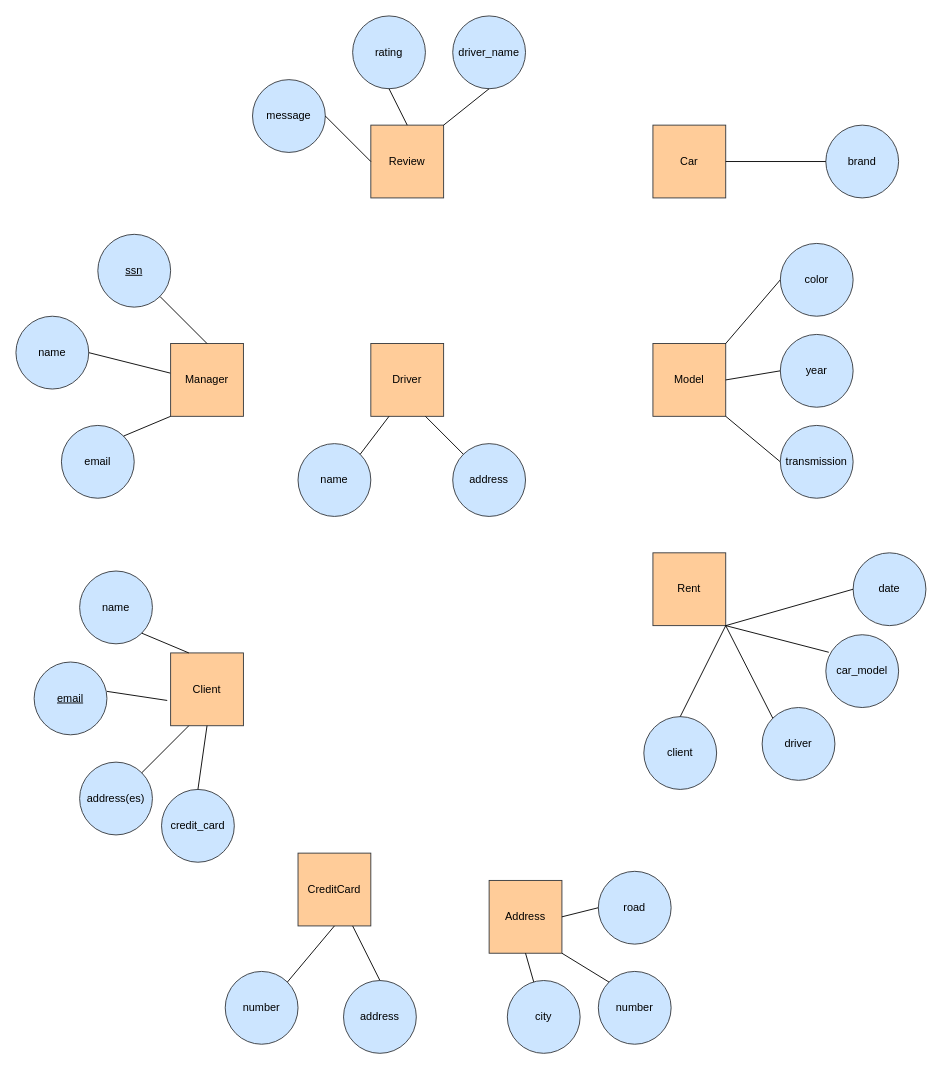
Before: 480-ER-Diagram.drawio in p-rinceS/CS-480-Project, a draw.io diagram. Source tidied: cells renumbered, new cells numbered last; positions are measured from the earlier drawing's top-left corner, leaving out a move shared by most shapes. Both pictures are drawn from the tidied source at 91%, with x=0, y=0 at pixel (15, 15).
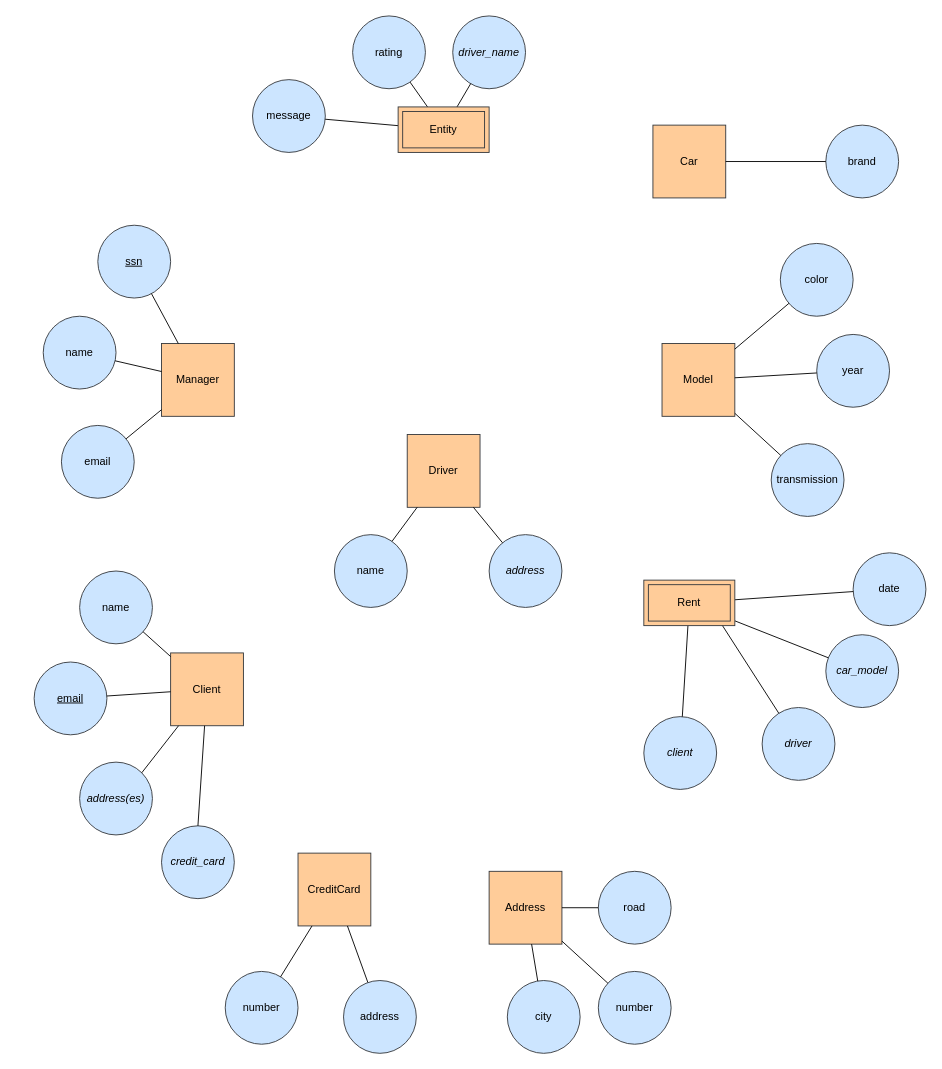
The same diagram, later.

Unchanged cells that the change refers to:
```xml
<mxCell id="3" value="Client" style="whiteSpace=wrap;html=1;fillColor=#ffcc99;strokeColor=#36393d;" parent="1" vertex="1">
  <mxGeometry x="170" y="700" width="80" height="80" as="geometry" />
</mxCell>
<mxCell id="9" value="email" style="ellipse;whiteSpace=wrap;html=1;fillColor=#cce5ff;strokeColor=#36393d;" parent="1" vertex="1">
  <mxGeometry x="50" y="450" width="80" height="80" as="geometry" />
</mxCell>
<mxCell id="11" value="name" style="ellipse;whiteSpace=wrap;html=1;fillColor=#cce5ff;strokeColor=#36393d;" parent="1" vertex="1">
  <mxGeometry x="70" y="610" width="80" height="80" as="geometry" />
</mxCell>
<mxCell id="12" value="&lt;u&gt;email&lt;/u&gt;" style="ellipse;whiteSpace=wrap;html=1;fillColor=#cce5ff;strokeColor=#36393d;" parent="1" vertex="1">
  <mxGeometry x="20" y="710" width="80" height="80" as="geometry" />
</mxCell>
<mxCell id="21" value="Car" style="whiteSpace=wrap;html=1;fillColor=#ffcc99;strokeColor=#36393d;" parent="1" vertex="1">
  <mxGeometry x="700" y="120" width="80" height="80" as="geometry" />
</mxCell>
<mxCell id="27" value="date" style="ellipse;whiteSpace=wrap;html=1;fillColor=#cce5ff;strokeColor=#36393d;" parent="1" vertex="1">
  <mxGeometry x="920" y="590" width="80" height="80" as="geometry" />
</mxCell>
<mxCell id="36" value="brand" style="ellipse;whiteSpace=wrap;html=1;fillColor=#cce5ff;strokeColor=#36393d;" parent="1" vertex="1">
  <mxGeometry x="890" y="120" width="80" height="80" as="geometry" />
</mxCell>
<mxCell id="40" value="color" style="ellipse;whiteSpace=wrap;html=1;fillColor=#cce5ff;strokeColor=#36393d;" parent="1" vertex="1">
  <mxGeometry x="840" y="250" width="80" height="80" as="geometry" />
</mxCell>
<mxCell id="45" value="rating" style="ellipse;whiteSpace=wrap;html=1;fillColor=#cce5ff;strokeColor=#36393d;" parent="1" vertex="1">
  <mxGeometry x="370" width="80" height="80" as="geometry" />
</mxCell>
<mxCell id="46" value="message" style="ellipse;whiteSpace=wrap;html=1;fillColor=#cce5ff;strokeColor=#36393d;" parent="1" vertex="1">
  <mxGeometry x="260" y="70" width="80" height="80" as="geometry" />
</mxCell>
<mxCell id="50" value="CreditCard" style="whiteSpace=wrap;html=1;fillColor=#ffcc99;strokeColor=#36393d;" parent="1" vertex="1">
  <mxGeometry x="310" y="920" width="80" height="80" as="geometry" />
</mxCell>
<mxCell id="51" value="number" style="ellipse;whiteSpace=wrap;html=1;fillColor=#cce5ff;strokeColor=#36393d;" parent="1" vertex="1">
  <mxGeometry x="230" y="1050" width="80" height="80" as="geometry" />
</mxCell>
<mxCell id="52" value="number" style="ellipse;whiteSpace=wrap;html=1;fillColor=#cce5ff;strokeColor=#36393d;" parent="1" vertex="1">
  <mxGeometry x="640" y="1050" width="80" height="80" as="geometry" />
</mxCell>
<mxCell id="53" value="road" style="ellipse;whiteSpace=wrap;html=1;fillColor=#cce5ff;strokeColor=#36393d;" parent="1" vertex="1">
  <mxGeometry x="640" y="940" width="80" height="80" as="geometry" />
</mxCell>
<mxCell id="54" value="city" style="ellipse;whiteSpace=wrap;html=1;fillColor=#cce5ff;strokeColor=#36393d;" parent="1" vertex="1">
  <mxGeometry x="540" y="1060" width="80" height="80" as="geometry" />
</mxCell>
<mxCell id="60" value="address" style="ellipse;whiteSpace=wrap;html=1;fillColor=#cce5ff;strokeColor=#36393d;" parent="1" vertex="1">
  <mxGeometry x="360" y="1060" width="80" height="80" as="geometry" />
</mxCell>
```

Diff of the diagram source:
```diff
@@
     <mxCell id="2" value="Manager" style="whiteSpace=wrap;html=1;fillColor=#ffcc99;strokeColor=#36393d;" parent="1" vertex="1">
-      <mxGeometry x="170" y="360" width="80" height="80" as="geometry" />
+      <mxGeometry x="160" y="360" width="80" height="80" as="geometry" />
     </mxCell>
@@
     <mxCell id="4" value="Driver" style="whiteSpace=wrap;html=1;fillColor=#ffcc99;strokeColor=#36393d;" parent="1" vertex="1">
-      <mxGeometry x="390" y="360" width="80" height="80" as="geometry" />
+      <mxGeometry x="430" y="460" width="80" height="80" as="geometry" />
     </mxCell>
     <mxCell id="5" value="name" style="ellipse;whiteSpace=wrap;html=1;fillColor=#cce5ff;strokeColor=#36393d;" parent="1" vertex="1">
-      <mxGeometry y="330" width="80" height="80" as="geometry" />
+      <mxGeometry x="30" y="330" width="80" height="80" as="geometry" />
     </mxCell>
-    <mxCell id="6" style="endArrow=none;html=1;rounded=0;entryX=1;entryY=0.5;entryDx=0;entryDy=0;exitX=-0.006;exitY=0.406;exitDx=0;exitDy=0;exitPerimeter=0;" parent="1" edge="1" source="2" target="5">
+    <mxCell id="6" style="endArrow=none;html=1;rounded=0;" parent="1" edge="1" source="2" target="5">
       <mxGeometry relative="1" as="geometry" />
     </mxCell>
     <mxCell id="7" value="&lt;u&gt;ssn&lt;/u&gt;" style="ellipse;whiteSpace=wrap;html=1;fillColor=#cce5ff;strokeColor=#36393d;" parent="1" vertex="1">
-      <mxGeometry x="90" y="240" width="80" height="80" as="geometry" />
+      <mxGeometry x="90" y="230" width="80" height="80" as="geometry" />
     </mxCell>
-    <mxCell id="8" style="endArrow=none;html=1;rounded=0;entryX=1;entryY=1;entryDx=0;entryDy=0;exitX=0.5;exitY=0;exitDx=0;exitDy=0;" parent="1" edge="1" source="2" target="7">
+    <mxCell id="8" style="endArrow=none;html=1;rounded=0;" parent="1" edge="1" source="2" target="7">
       <mxGeometry relative="1" as="geometry" />
     </mxCell>
@@
-    <mxCell id="10" style="endArrow=none;html=1;rounded=0;exitX=1;exitY=0;exitDx=0;exitDy=0;entryX=0;entryY=1;entryDx=0;entryDy=0;" parent="1" edge="1" source="9" target="2">
+    <mxCell id="10" style="endArrow=none;html=1;rounded=0;" parent="1" edge="1" source="9" target="2">
       <mxGeometry relative="1" as="geometry" />
     </mxCell>
@@
-    <mxCell id="13" style="endArrow=none;html=1;rounded=0;entryX=1;entryY=1;entryDx=0;entryDy=0;exitX=0.25;exitY=0;exitDx=0;exitDy=0;" parent="1" edge="1" source="3" target="11">
+    <mxCell id="13" style="endArrow=none;html=1;rounded=0;" parent="1" edge="1" source="3" target="11">
       <mxGeometry relative="1" as="geometry" />
     </mxCell>
-    <mxCell id="14" style="endArrow=none;html=1;rounded=0;entryX=1;entryY=0.403;entryDx=0;entryDy=0;exitX=-0.047;exitY=0.653;exitDx=0;exitDy=0;entryPerimeter=0;exitPerimeter=0;" parent="1" edge="1" source="3" target="12">
+    <mxCell id="14" style="endArrow=none;html=1;rounded=0;" parent="1" edge="1" source="3" target="12">
       <mxGeometry relative="1" as="geometry" />
     </mxCell>
-    <mxCell id="15" value="address(es)" style="ellipse;whiteSpace=wrap;html=1;fillColor=#cce5ff;strokeColor=#36393d;" parent="1" vertex="1">
+    <mxCell id="15" value="&lt;i&gt;address(es)&lt;/i&gt;" style="ellipse;whiteSpace=wrap;html=1;fillColor=#cce5ff;strokeColor=#36393d;" parent="1" vertex="1">
       <mxGeometry x="70" y="820" width="80" height="80" as="geometry" />
     </mxCell>
-    <mxCell id="16" style="endArrow=none;html=1;rounded=0;exitX=1;exitY=0;exitDx=0;exitDy=0;entryX=0.25;entryY=1;entryDx=0;entryDy=0;" parent="1" edge="1" source="15" target="3">
+    <mxCell id="16" style="endArrow=none;html=1;rounded=0;exitX=1;exitY=0;exitDx=0;exitDy=0;" parent="1" edge="1" source="15" target="3">
       <mxGeometry relative="1" as="geometry" />
     </mxCell>
-    <mxCell id="17" value="credit_card" style="ellipse;whiteSpace=wrap;html=1;fillColor=#cce5ff;strokeColor=#36393d;" parent="1" vertex="1">
-      <mxGeometry x="160" y="850" width="80" height="80" as="geometry" />
+    <mxCell id="17" value="&lt;i&gt;credit_card&lt;/i&gt;" style="ellipse;whiteSpace=wrap;html=1;fillColor=#cce5ff;strokeColor=#36393d;" parent="1" vertex="1">
+      <mxGeometry x="160" y="890" width="80" height="80" as="geometry" />
     </mxCell>
-    <mxCell id="18" style="endArrow=none;html=1;rounded=0;entryX=0.5;entryY=0;entryDx=0;entryDy=0;exitX=0.5;exitY=1;exitDx=0;exitDy=0;" parent="1" edge="1" source="3" target="17">
+    <mxCell id="18" style="endArrow=none;html=1;rounded=0;entryX=0.5;entryY=0;entryDx=0;entryDy=0;" parent="1" edge="1" source="3" target="17">
       <mxGeometry relative="1" as="geometry" />
     </mxCell>
-    <mxCell id="19" value="Rent" style="whiteSpace=wrap;html=1;fillColor=#ffcc99;strokeColor=#36393d;" parent="1" vertex="1">
-      <mxGeometry x="700" y="590" width="80" height="80" as="geometry" />
-    </mxCell>
     <mxCell id="20" value="Model" style="whiteSpace=wrap;html=1;fillColor=#ffcc99;strokeColor=#36393d;" parent="1" vertex="1">
-      <mxGeometry x="700" y="360" width="80" height="80" as="geometry" />
+      <mxGeometry x="710" y="360" width="80" height="80" as="geometry" />
     </mxCell>
@@
-    <mxCell id="22" value="Review" style="whiteSpace=wrap;html=1;fillColor=#ffcc99;strokeColor=#36393d;" parent="1" vertex="1">
-      <mxGeometry x="390" y="120" width="80" height="80" as="geometry" />
-    </mxCell>
     <mxCell id="23" value="Address" style="whiteSpace=wrap;html=1;fillColor=#ffcc99;strokeColor=#36393d;" parent="1" vertex="1">
-      <mxGeometry x="520" y="950" width="80" height="80" as="geometry" />
+      <mxGeometry x="520" y="940" width="80" height="80" as="geometry" />
     </mxCell>
-    <mxCell id="24" value="client" style="ellipse;whiteSpace=wrap;html=1;fillColor=#cce5ff;strokeColor=#36393d;" parent="1" vertex="1">
+    <mxCell id="24" value="&lt;i&gt;client&lt;/i&gt;" style="ellipse;whiteSpace=wrap;html=1;fillColor=#cce5ff;strokeColor=#36393d;" parent="1" vertex="1">
       <mxGeometry x="690" y="770" width="80" height="80" as="geometry" />
     </mxCell>
-    <mxCell id="25" value="driver" style="ellipse;whiteSpace=wrap;html=1;fillColor=#cce5ff;strokeColor=#36393d;" parent="1" vertex="1">
+    <mxCell id="25" value="&lt;i&gt;driver&lt;/i&gt;" style="ellipse;whiteSpace=wrap;html=1;fillColor=#cce5ff;strokeColor=#36393d;" parent="1" vertex="1">
       <mxGeometry x="820" y="760" width="80" height="80" as="geometry" />
     </mxCell>
-    <mxCell id="26" value="car_model" style="ellipse;whiteSpace=wrap;html=1;fillColor=#cce5ff;strokeColor=#36393d;" parent="1" vertex="1">
+    <mxCell id="26" value="&lt;i&gt;car_model&lt;/i&gt;" style="ellipse;whiteSpace=wrap;html=1;fillColor=#cce5ff;strokeColor=#36393d;" parent="1" vertex="1">
       <mxGeometry x="890" y="680" width="80" height="80" as="geometry" />
     </mxCell>
@@
-    <mxCell id="28" style="endArrow=none;html=1;rounded=0;entryX=1;entryY=1;entryDx=0;entryDy=0;exitX=0.5;exitY=0;exitDx=0;exitDy=0;" parent="1" edge="1" source="24" target="19">
+    <mxCell id="28" style="endArrow=none;html=1;rounded=0;" parent="1" edge="1" source="24" target="19">
       <mxGeometry relative="1" as="geometry" />
     </mxCell>
-    <mxCell id="29" style="endArrow=none;html=1;rounded=0;entryX=1;entryY=1;entryDx=0;entryDy=0;exitX=0;exitY=0;exitDx=0;exitDy=0;" parent="1" edge="1" source="25" target="19">
-      <mxGeometry relative="1" as="geometry" />
+    <mxCell id="29" style="endArrow=none;html=1;rounded=0;" parent="1" edge="1" source="25">
+      <mxGeometry relative="1" as="geometry">
+        <mxPoint x="770" y="660" as="targetPoint" />
+      </mxGeometry>
     </mxCell>
-    <mxCell id="30" style="endArrow=none;html=1;rounded=0;entryX=1;entryY=1;entryDx=0;entryDy=0;exitX=0.041;exitY=0.241;exitDx=0;exitDy=0;exitPerimeter=0;" parent="1" edge="1" source="26" target="19">
+    <mxCell id="30" style="endArrow=none;html=1;rounded=0;" parent="1" edge="1" source="26" target="19">
       <mxGeometry relative="1" as="geometry" />
     </mxCell>
-    <mxCell id="31" style="endArrow=none;html=1;rounded=0;entryX=1;entryY=1;entryDx=0;entryDy=0;exitX=0;exitY=0.5;exitDx=0;exitDy=0;" parent="1" edge="1" source="27" target="19">
+    <mxCell id="31" style="endArrow=none;html=1;rounded=0;" parent="1" edge="1" source="27" target="19">
       <mxGeometry relative="1" as="geometry" />
     </mxCell>
-    <mxCell id="32" value="address" style="ellipse;whiteSpace=wrap;html=1;fillColor=#cce5ff;strokeColor=#36393d;" parent="1" vertex="1">
-      <mxGeometry x="480" y="470" width="80" height="80" as="geometry" />
+    <mxCell id="32" value="&lt;i&gt;address&lt;/i&gt;" style="ellipse;whiteSpace=wrap;html=1;fillColor=#cce5ff;strokeColor=#36393d;" parent="1" vertex="1">
+      <mxGeometry x="520" y="570" width="80" height="80" as="geometry" />
     </mxCell>
     <mxCell id="33" value="name" style="ellipse;whiteSpace=wrap;html=1;fillColor=#cce5ff;strokeColor=#36393d;" parent="1" vertex="1">
-      <mxGeometry x="310" y="470" width="80" height="80" as="geometry" />
+      <mxGeometry x="350" y="570" width="80" height="80" as="geometry" />
     </mxCell>
-    <mxCell id="34" style="endArrow=none;html=1;rounded=0;entryX=0.75;entryY=1;entryDx=0;entryDy=0;exitX=0;exitY=0;exitDx=0;exitDy=0;" parent="1" edge="1" source="32" target="4">
+    <mxCell id="34" style="endArrow=none;html=1;rounded=0;" parent="1" edge="1" source="32" target="4">
       <mxGeometry relative="1" as="geometry" />
     </mxCell>
-    <mxCell id="35" style="endArrow=none;html=1;rounded=0;entryX=0.25;entryY=1;entryDx=0;entryDy=0;exitX=1;exitY=0;exitDx=0;exitDy=0;" parent="1" edge="1" source="33" target="4">
+    <mxCell id="35" style="endArrow=none;html=1;rounded=0;" parent="1" edge="1" source="33" target="4">
       <mxGeometry relative="1" as="geometry" />
     </mxCell>
@@
-    <mxCell id="37" style="endArrow=none;html=1;rounded=0;entryX=0;entryY=0.5;entryDx=0;entryDy=0;exitX=1;exitY=0.5;exitDx=0;exitDy=0;" parent="1" edge="1" source="21" target="36">
+    <mxCell id="37" style="endArrow=none;html=1;rounded=0;" parent="1" edge="1" source="21" target="36">
       <mxGeometry relative="1" as="geometry" />
     </mxCell>
     <mxCell id="38" value="year" style="ellipse;whiteSpace=wrap;html=1;fillColor=#cce5ff;strokeColor=#36393d;" parent="1" vertex="1">
-      <mxGeometry x="840" y="350" width="80" height="80" as="geometry" />
+      <mxGeometry x="880" y="350" width="80" height="80" as="geometry" />
     </mxCell>
     <mxCell id="39" value="transmission" style="ellipse;whiteSpace=wrap;html=1;fillColor=#cce5ff;strokeColor=#36393d;" parent="1" vertex="1">
-      <mxGeometry x="840" y="450" width="80" height="80" as="geometry" />
+      <mxGeometry x="830" y="470" width="80" height="80" as="geometry" />
     </mxCell>
@@
-    <mxCell id="41" style="endArrow=none;html=1;rounded=0;entryX=0;entryY=0.5;entryDx=0;entryDy=0;exitX=1;exitY=0;exitDx=0;exitDy=0;" parent="1" edge="1" source="20" target="40">
+    <mxCell id="41" style="endArrow=none;html=1;rounded=0;" parent="1" edge="1" source="20" target="40">
       <mxGeometry relative="1" as="geometry" />
     </mxCell>
-    <mxCell id="42" style="endArrow=none;html=1;rounded=0;entryX=0;entryY=0.5;entryDx=0;entryDy=0;exitX=1;exitY=0.5;exitDx=0;exitDy=0;" parent="1" edge="1" source="20" target="38">
+    <mxCell id="42" style="endArrow=none;html=1;rounded=0;" parent="1" edge="1" source="20" target="38">
       <mxGeometry relative="1" as="geometry" />
     </mxCell>
-    <mxCell id="43" style="endArrow=none;html=1;rounded=0;entryX=0;entryY=0.5;entryDx=0;entryDy=0;exitX=1;exitY=1;exitDx=0;exitDy=0;" parent="1" edge="1" source="20" target="39">
+    <mxCell id="43" style="endArrow=none;html=1;rounded=0;" parent="1" edge="1" source="20" target="39">
       <mxGeometry relative="1" as="geometry" />
     </mxCell>
-    <mxCell id="44" value="driver_name" style="ellipse;whiteSpace=wrap;html=1;fillColor=#cce5ff;strokeColor=#36393d;" parent="1" vertex="1">
+    <mxCell id="44" value="&lt;i&gt;driver_name&lt;/i&gt;" style="ellipse;whiteSpace=wrap;html=1;fillColor=#cce5ff;strokeColor=#36393d;" parent="1" vertex="1">
       <mxGeometry x="480" width="80" height="80" as="geometry" />
     </mxCell>
@@
-    <mxCell id="47" style="endArrow=none;html=1;rounded=0;entryX=1;entryY=0.5;entryDx=0;entryDy=0;exitX=0;exitY=0.5;exitDx=0;exitDy=0;" parent="1" edge="1" source="22" target="46">
+    <mxCell id="47" style="endArrow=none;html=1;rounded=0;" parent="1" edge="1" source="61" target="46">
       <mxGeometry relative="1" as="geometry" />
     </mxCell>
-    <mxCell id="48" style="endArrow=none;html=1;rounded=0;entryX=0.5;entryY=1;entryDx=0;entryDy=0;exitX=0.5;exitY=0;exitDx=0;exitDy=0;" parent="1" edge="1" source="22" target="45">
+    <mxCell id="48" style="endArrow=none;html=1;rounded=0;" parent="1" edge="1" source="61" target="45">
       <mxGeometry relative="1" as="geometry" />
     </mxCell>
-    <mxCell id="49" style="endArrow=none;html=1;rounded=0;entryX=0.5;entryY=1;entryDx=0;entryDy=0;exitX=1;exitY=0;exitDx=0;exitDy=0;" parent="1" edge="1" source="22" target="44">
+    <mxCell id="49" style="endArrow=none;html=1;rounded=0;" parent="1" edge="1" source="61" target="44">
       <mxGeometry relative="1" as="geometry" />
     </mxCell>
@@
-    <mxCell id="55" style="endArrow=none;html=1;rounded=0;entryX=0;entryY=0.5;entryDx=0;entryDy=0;exitX=1;exitY=0.5;exitDx=0;exitDy=0;" parent="1" edge="1" source="23" target="53">
+    <mxCell id="55" style="endArrow=none;html=1;rounded=0;" parent="1" edge="1" source="23" target="53">
       <mxGeometry relative="1" as="geometry" />
     </mxCell>
-    <mxCell id="56" style="endArrow=none;html=1;rounded=0;entryX=0;entryY=0;entryDx=0;entryDy=0;exitX=1;exitY=1;exitDx=0;exitDy=0;" parent="1" edge="1" source="23" target="52">
+    <mxCell id="56" style="endArrow=none;html=1;rounded=0;" parent="1" edge="1" source="23" target="52">
       <mxGeometry relative="1" as="geometry" />
     </mxCell>
-    <mxCell id="57" style="endArrow=none;html=1;rounded=0;exitX=0.5;exitY=1;exitDx=0;exitDy=0;" parent="1" edge="1" source="23" target="54">
+    <mxCell id="57" style="endArrow=none;html=1;rounded=0;" parent="1" edge="1" source="23" target="54">
       <mxGeometry relative="1" as="geometry" />
     </mxCell>
-    <mxCell id="58" style="endArrow=none;html=1;rounded=0;entryX=0.5;entryY=1;entryDx=0;entryDy=0;exitX=1;exitY=0;exitDx=0;exitDy=0;" parent="1" edge="1" source="51" target="50">
+    <mxCell id="58" style="endArrow=none;html=1;rounded=0;" parent="1" edge="1" source="51" target="50">
       <mxGeometry relative="1" as="geometry" />
     </mxCell>
-    <mxCell id="59" style="endArrow=none;html=1;rounded=0;entryX=0.75;entryY=1;entryDx=0;entryDy=0;exitX=0.5;exitY=0;exitDx=0;exitDy=0;" parent="1" edge="1" source="60" target="50">
+    <mxCell id="59" style="endArrow=none;html=1;rounded=0;" parent="1" edge="1" source="60" target="50">
       <mxGeometry relative="1" as="geometry" />
     </mxCell>
@@
+    <mxCell id="19" value="Rent" style="shape=ext;margin=3;double=1;whiteSpace=wrap;html=1;align=center;fillColor=#ffcc99;strokeColor=#36393d;" parent="1" vertex="1">
+      <mxGeometry x="690" y="620" width="100" height="50" as="geometry" />
+    </mxCell>
+    <mxCell id="61" value="Entity" style="shape=ext;margin=3;double=1;whiteSpace=wrap;html=1;align=center;fillColor=#ffcc99;strokeColor=#36393d;" parent="1" vertex="1">
+      <mxGeometry x="420" y="100" width="100" height="50" as="geometry" />
+    </mxCell>
```
